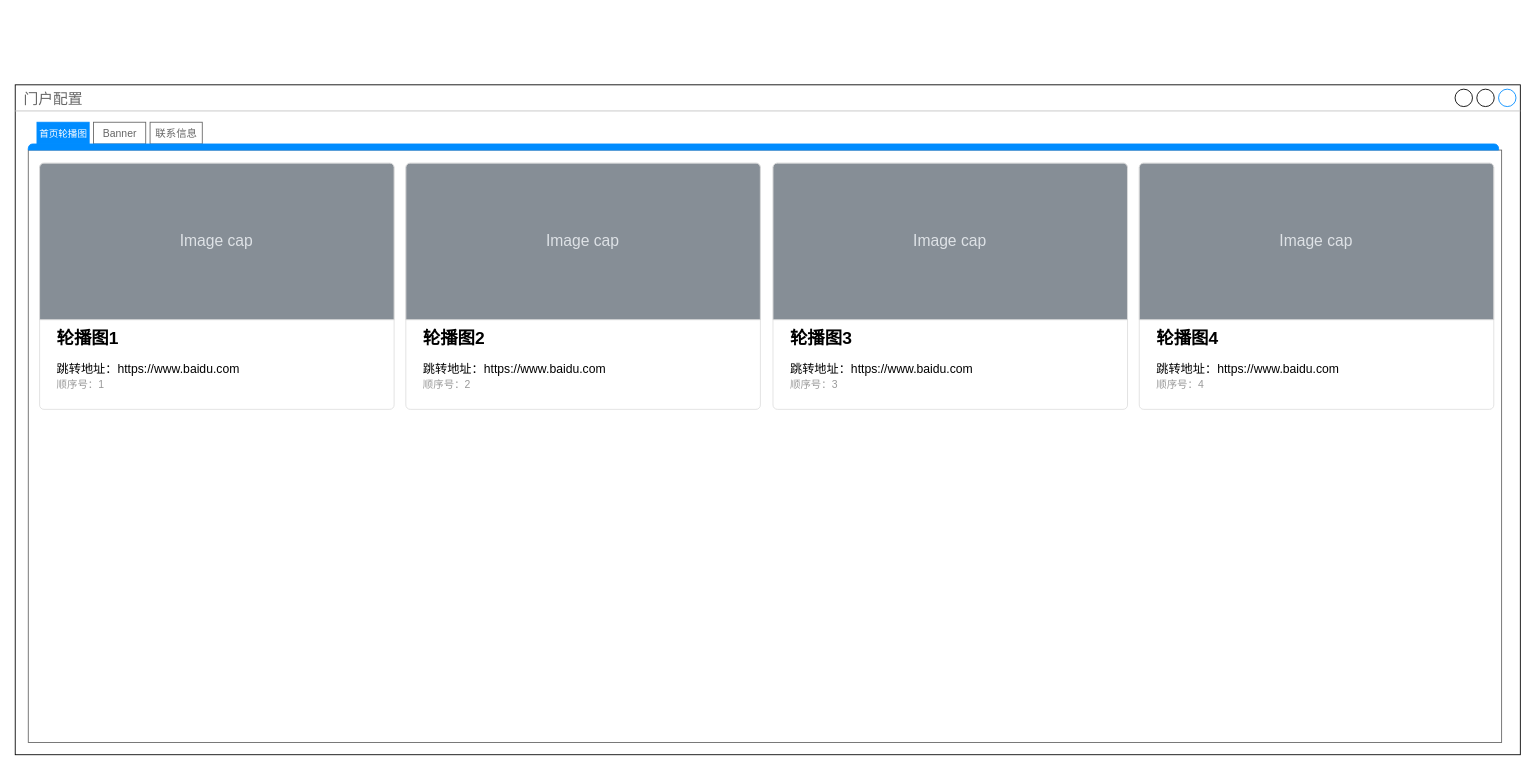
Before: 衡链.drawio in xiaofengleiyu/diagrams, a draw.io diagram. Source tidied: cells renumbered, new cells numbered last; positions are measured from the earlier drawing's top-left corner, leaving out a move shared by most shapes. Both pictures are drawn from the tidied source at 87%, with x=0, y=0 at pixel (15, 84).
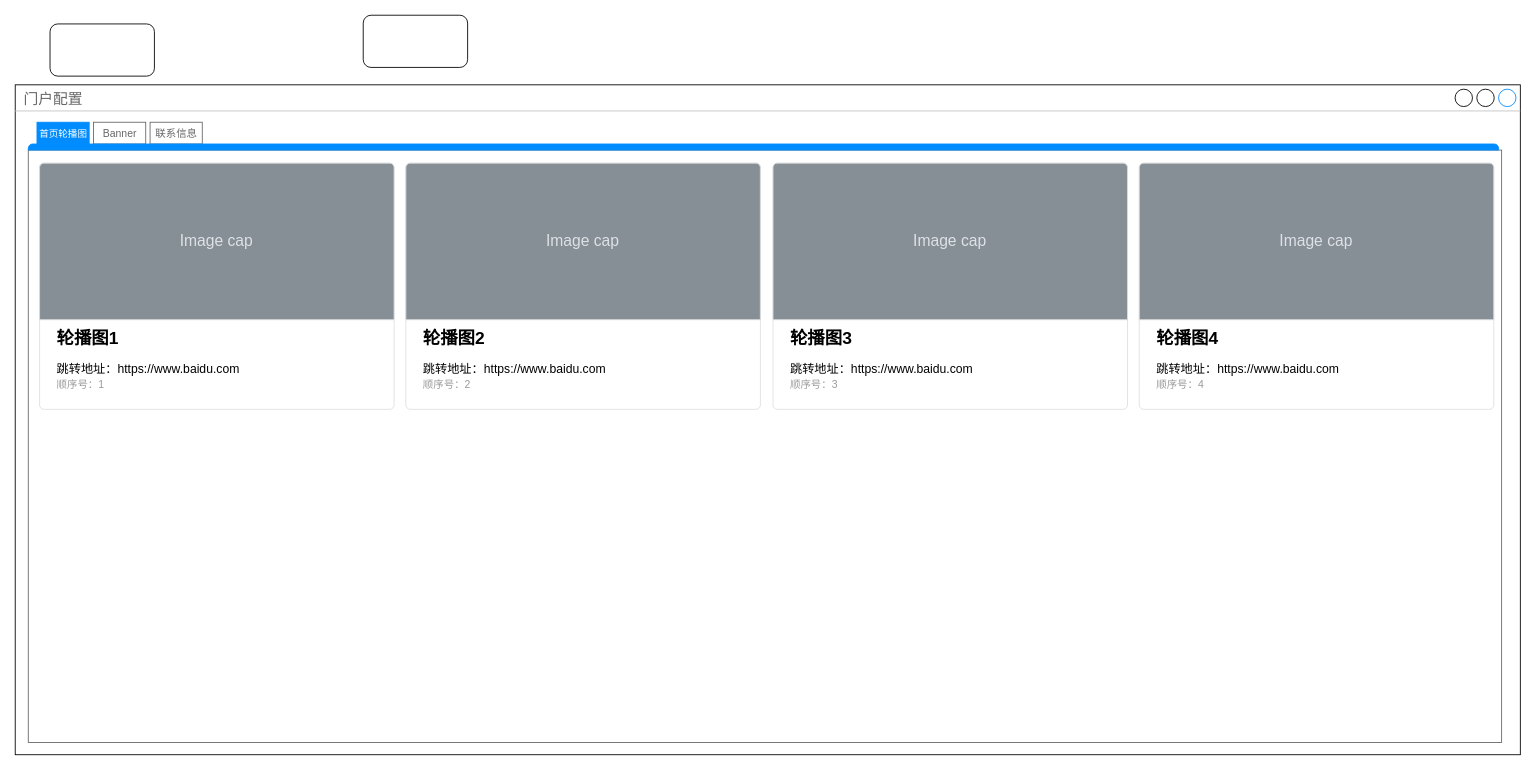
The same page after the edit.

The edit, as a diff of the source:
```diff
@@
+    <mxCell id="16" style="rounded=1;whiteSpace=wrap;html=1;" parent="1" vertex="1">
+      <mxGeometry x="40" y="-70" width="120" height="60" as="geometry" />
+    </mxCell>
+    <mxCell id="17" style="rounded=1;whiteSpace=wrap;html=1;" parent="1" vertex="1">
+      <mxGeometry x="400" y="-80" width="120" height="60" as="geometry" />
+    </mxCell>
```
